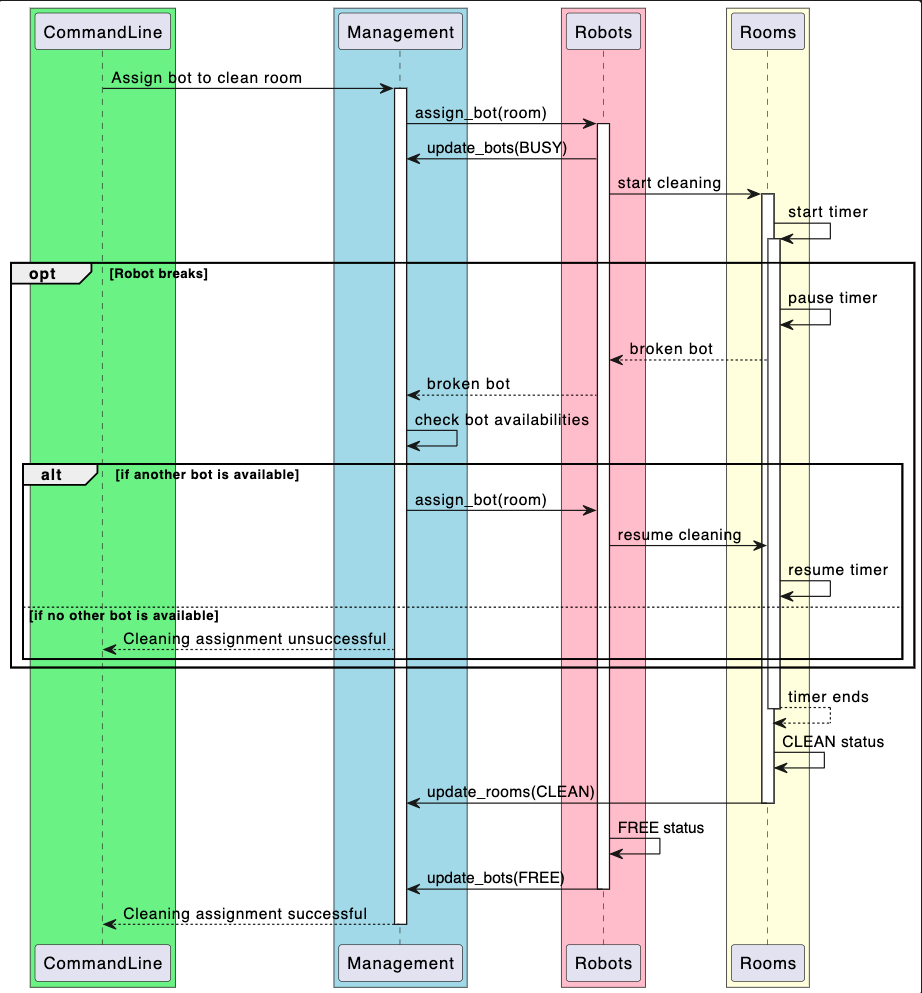
This is docs/design/images/cleaning_sequence_diagram.png from ur-cs-courses/course-project-krykna, a PlantUML export, as it was before one commit. Its source is kept beside it as docs/design/sequence_diagrams/cleaning_sequence_diagram.puml.
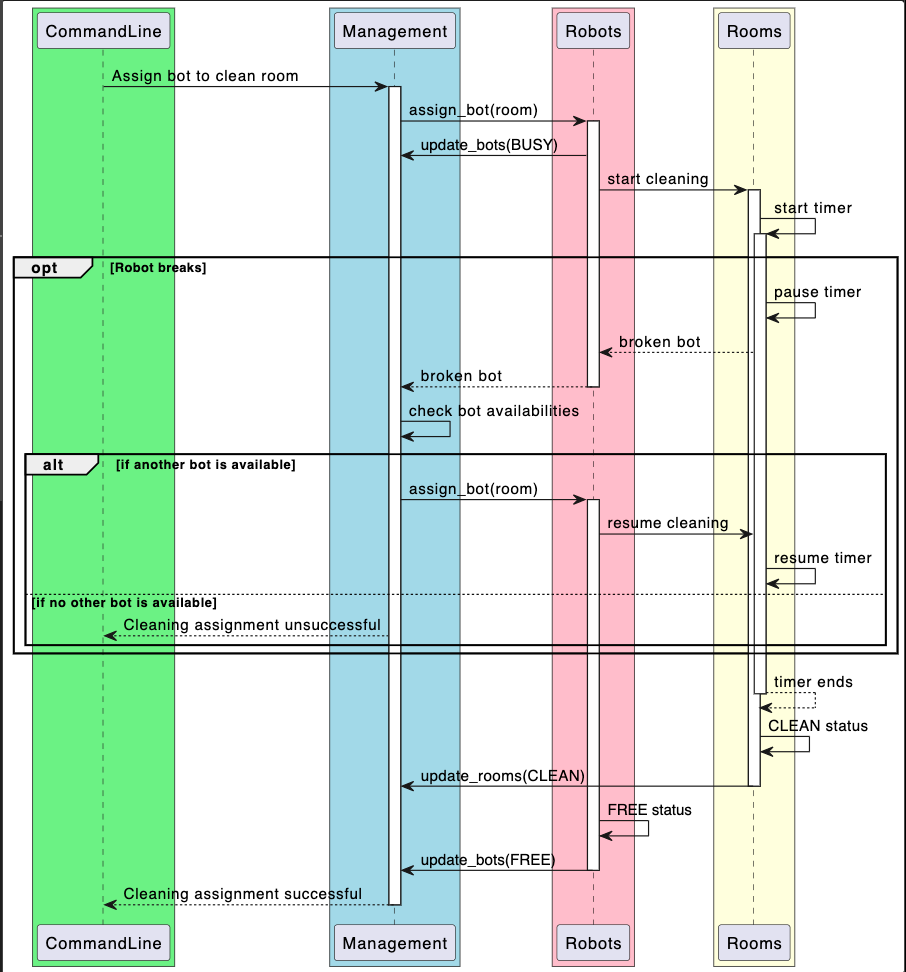
Above is the later version.

Commit message:
sprint review doc and slight update to cleaning sequence diagram

What changed in the source:
```diff
@@ -31,9 +31,11 @@
   R -> R: pause timer
   R --> Bot: broken bot
   Bot --> M : broken bot
+  deactivate Bot
   M -> M: check bot availabilities
   alt if another bot is available
     M -> Bot : assign_bot(room)
+    activate Bot
     Bot -> R : resume cleaning
     R -> R: resume timer
   else if no other bot is available
```
